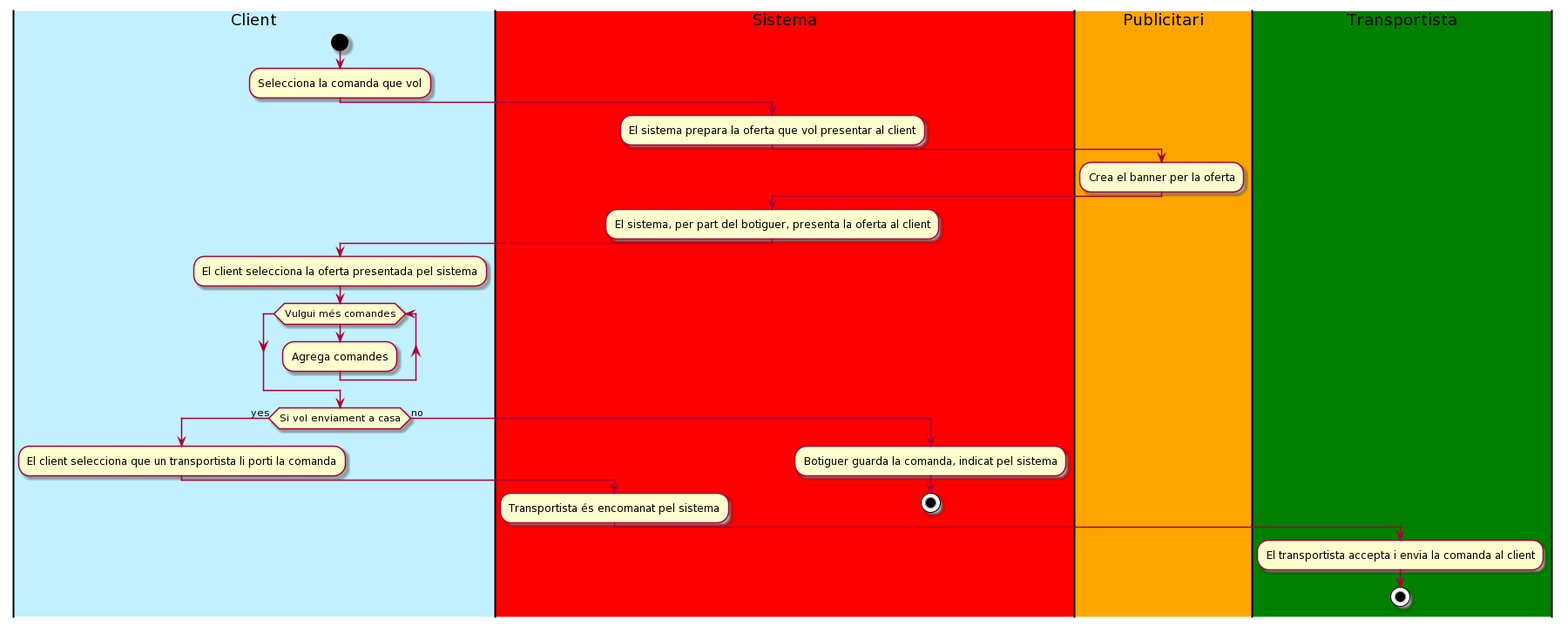
Earlier version of the PlantUML export diagrams/sprint2_diag_act_selecciona_comanda.png (polpagesdev/delivery-app).
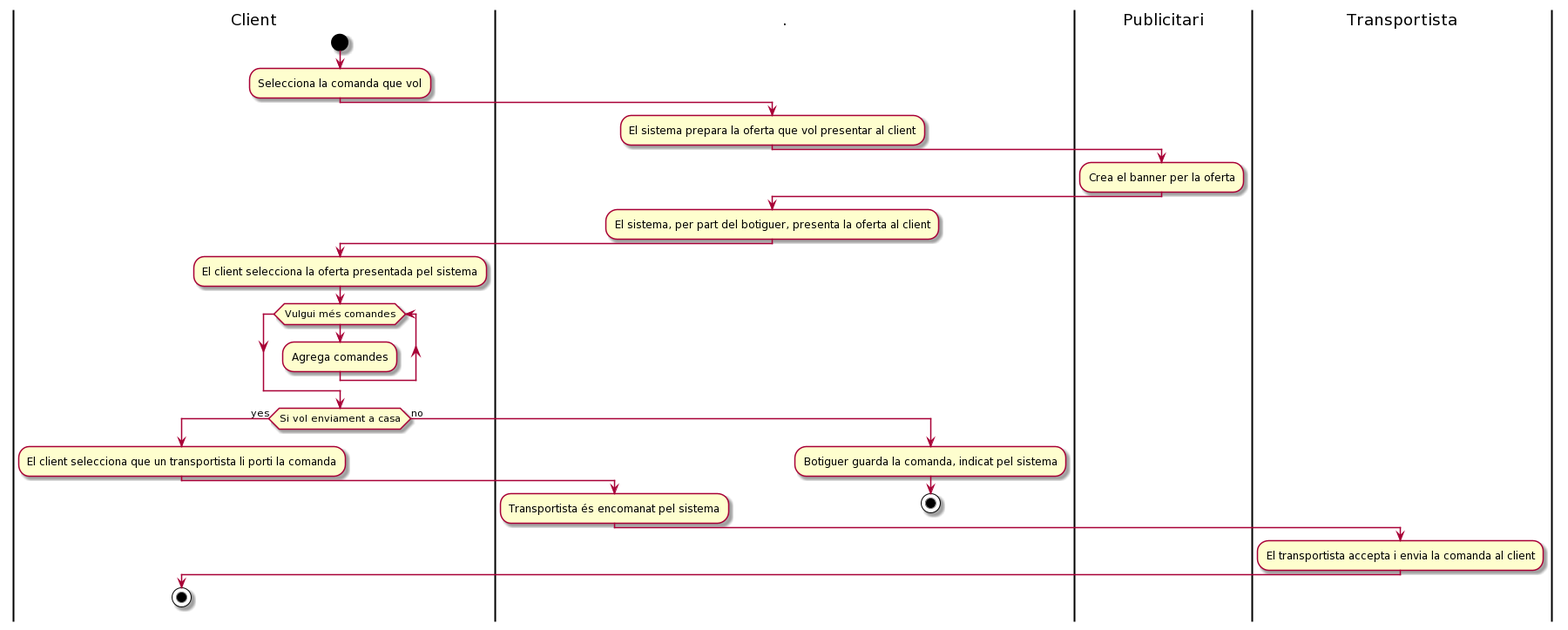
The same diagram one commit later.

What changed in the source:
```diff
@@ -1,12 +1,12 @@
 @startuml
-|#Application|Client|
+|Client|
 start
 :Selecciona la comanda que vol;
-|#Red|Sistema|
+|.|
 :El sistema prepara la oferta que vol presentar al client;
-|#Orange|Publicitari|
+|Publicitari|
 :Crea el banner per la oferta;
-|Sistema|
+|.|
 :El sistema, per part del botiguer, presenta la oferta al client;
 |Client|
 :El client selecciona la oferta presentada pel sistema;
@@ -15,13 +15,14 @@
   endwhile
 if(Si vol enviament a casa) then (yes)
   :El client selecciona que un transportista li porti la comanda;
-  |Sistema|
+  |.|
   :Transportista és encomanat pel sistema;
-  |#Green|Transportista|
+  |Transportista|
   :El transportista accepta i envia la comanda al client;
+  |Client|
   stop
 else (no)
-  |Sistema|
+  |.|
   :Botiguer guarda la comanda, indicat pel sistema;
   stop
 
```
